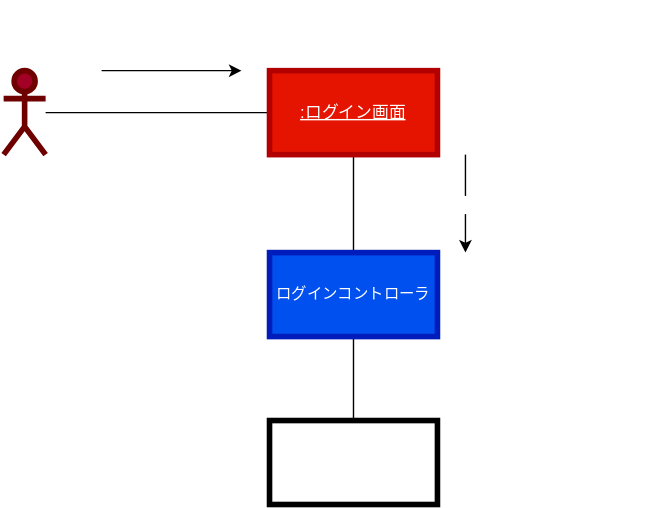
The draw.io diagram 演習５/図5-1 コミュニケーション図の例.drawio.svg in Kuya0307/unl-introduction, before a commit. Source tidied: cells renumbered, new cells last; positions are measured from the earlier drawing's top-left corner, leaving out a move shared by most shapes. The source it was exported from:
```xml
<mxGraphModel>
  <root>
    <mxCell id="0" />
    <mxCell id="1" parent="0" />
    <mxCell id="2" style="edgeStyle=none;html=1;entryX=0;entryY=0.5;entryDx=0;entryDy=0;fontColor=none;strokeColor=default;endArrow=none;endFill=0;" parent="1" edge="1" source="3" target="5">
      <mxGeometry relative="1" as="geometry" />
    </mxCell>
    <mxCell id="3" value="Actor" style="shape=umlActor;verticalLabelPosition=bottom;verticalAlign=top;html=1;outlineConnect=0;fillColor=#a20025;fontColor=#ffffff;strokeColor=#6F0000;strokeWidth=4;" parent="1" vertex="1">
      <mxGeometry y="50" width="30" height="60" as="geometry" />
    </mxCell>
    <mxCell id="4" style="edgeStyle=none;html=1;entryX=0.5;entryY=0;entryDx=0;entryDy=0;strokeColor=default;fontColor=#FFFFFF;endArrow=none;endFill=0;" parent="1" edge="1" source="5" target="9">
      <mxGeometry relative="1" as="geometry" />
    </mxCell>
    <mxCell id="5" value="&lt;u&gt;:ログイン画面&lt;/u&gt;" style="rounded=0;whiteSpace=wrap;html=1;strokeWidth=4;fillColor=#e51400;fontColor=#ffffff;strokeColor=#B20000;" parent="1" vertex="1">
      <mxGeometry x="190" y="50" width="120" height="60" as="geometry" />
    </mxCell>
    <mxCell id="6" style="endArrow=classic;html=1;strokeColor=default;fontColor=none;" parent="1" edge="1">
      <mxGeometry relative="1" as="geometry">
        <mxPoint x="70" y="50" as="sourcePoint" />
        <mxPoint x="170" y="50" as="targetPoint" />
      </mxGeometry>
    </mxCell>
    <mxCell id="7" value="&lt;font color=&quot;#ffffff&quot;&gt;1.ログイン情報入力(会員情報、パスワード)&lt;/font&gt;" style="text;html=1;align=center;verticalAlign=middle;strokeColor=none;fillColor=none;fontColor=none;" parent="1" vertex="1">
      <mxGeometry width="260" height="30" as="geometry" />
    </mxCell>
    <mxCell id="8" style="edgeStyle=none;html=1;strokeColor=default;fontColor=#FFFFFF;endArrow=none;endFill=0;" parent="1" edge="1" source="9" target="10">
      <mxGeometry relative="1" as="geometry" />
    </mxCell>
    <mxCell id="9" value="&lt;font style=&quot;font-size: 11px;&quot;&gt;ログインコントローラ&lt;/font&gt;" style="rounded=0;whiteSpace=wrap;html=1;strokeWidth=4;fontColor=#ffffff;fillColor=#0050ef;strokeColor=#001DBC;" parent="1" vertex="1">
      <mxGeometry x="190" y="180" width="120" height="60" as="geometry" />
    </mxCell>
    <mxCell id="10" style="rounded=0;whiteSpace=wrap;html=1;strokeWidth=4;fontColor=#FFFFFF;" parent="1" vertex="1">
      <mxGeometry x="190" y="300" width="120" height="60" as="geometry" />
    </mxCell>
    <mxCell id="11" style="endArrow=classic;html=1;strokeColor=default;fontColor=#FFFFFF;" parent="1" edge="1">
      <mxGeometry relative="1" as="geometry">
        <mxPoint x="330" y="110" as="sourcePoint" />
        <mxPoint x="330" y="180" as="targetPoint" />
      </mxGeometry>
    </mxCell>
    <mxCell id="12" value="2.ログイン情報検証(会員情報、パスワード)" style="edgeLabel;html=1;align=center;verticalAlign=middle;strokeWidth=4;fontColor=#FFFFFF;" parent="11" vertex="1">
      <mxGeometry relative="1" as="geometry">
        <mxPoint x="30" as="offset" />
      </mxGeometry>
    </mxCell>
  </root>
</mxGraphModel>
```
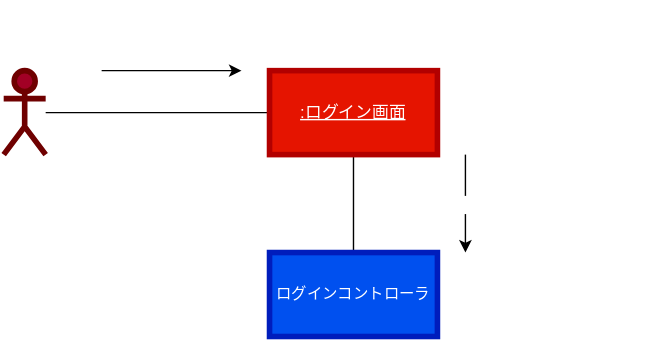
Later version of the same file.

Commit message:
コミュニケーション図を書いた

Diff of the diagram source:
```diff
@@ -23,15 +23,9 @@
     <mxCell id="7" value="&lt;font color=&quot;#ffffff&quot;&gt;1.ログイン情報入力(会員情報、パスワード)&lt;/font&gt;" style="text;html=1;align=center;verticalAlign=middle;strokeColor=none;fillColor=none;fontColor=none;" parent="1" vertex="1">
       <mxGeometry width="260" height="30" as="geometry" />
     </mxCell>
-    <mxCell id="8" style="edgeStyle=none;html=1;strokeColor=default;fontColor=#FFFFFF;endArrow=none;endFill=0;" parent="1" edge="1" source="9" target="10">
-      <mxGeometry relative="1" as="geometry" />
-    </mxCell>
     <mxCell id="9" value="&lt;font style=&quot;font-size: 11px;&quot;&gt;ログインコントローラ&lt;/font&gt;" style="rounded=0;whiteSpace=wrap;html=1;strokeWidth=4;fontColor=#ffffff;fillColor=#0050ef;strokeColor=#001DBC;" parent="1" vertex="1">
       <mxGeometry x="190" y="180" width="120" height="60" as="geometry" />
     </mxCell>
-    <mxCell id="10" style="rounded=0;whiteSpace=wrap;html=1;strokeWidth=4;fontColor=#FFFFFF;" parent="1" vertex="1">
-      <mxGeometry x="190" y="300" width="120" height="60" as="geometry" />
-    </mxCell>
     <mxCell id="11" style="endArrow=classic;html=1;strokeColor=default;fontColor=#FFFFFF;" parent="1" edge="1">
       <mxGeometry relative="1" as="geometry">
         <mxPoint x="330" y="110" as="sourcePoint" />
```
